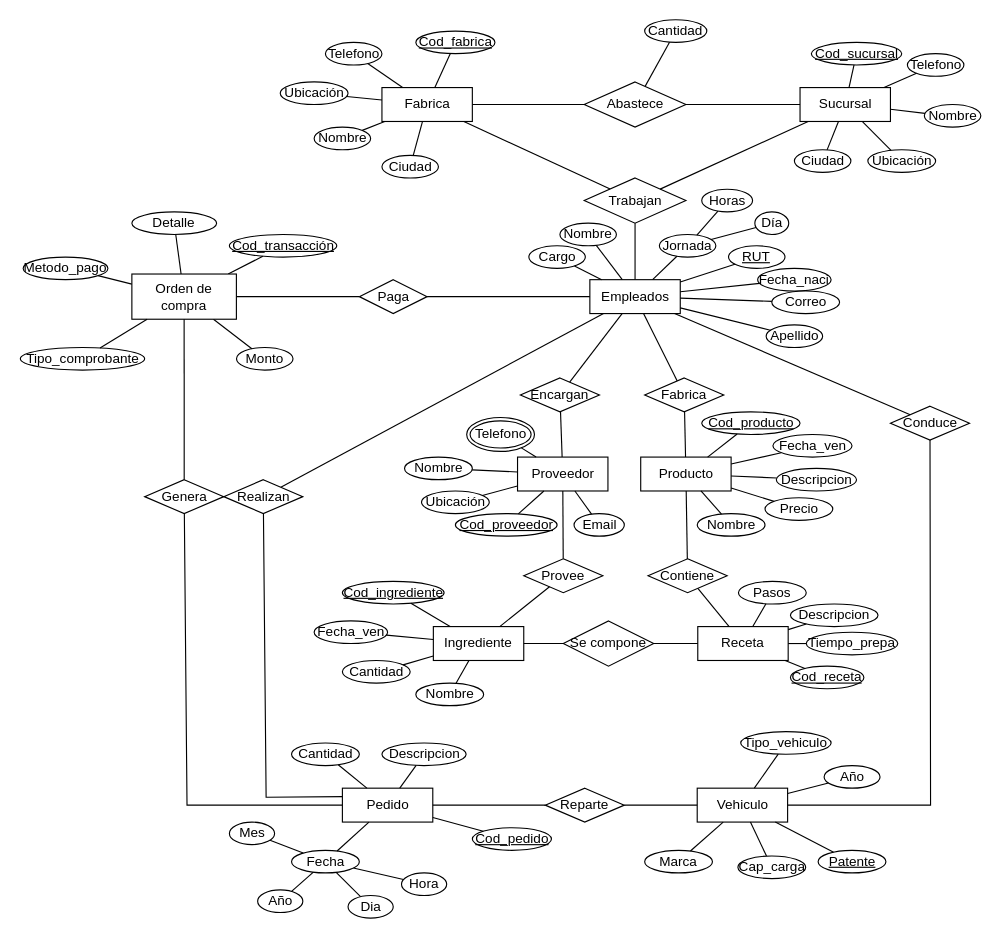
This is NUEVO PROYECTO BASE DE DATOS/MODELO MER K-RIKO FINAL.drawio from bennnnja/BASE_DE_DATOS, a draw.io file, before an edit. Source tidied: cells renumbered, new cells numbered last; positions are measured from the earlier drawing's top-left corner, leaving out a move shared by most shapes. Both pictures are drawn from the tidied source at 113%, with x=0, y=0 at pixel (19, 19).
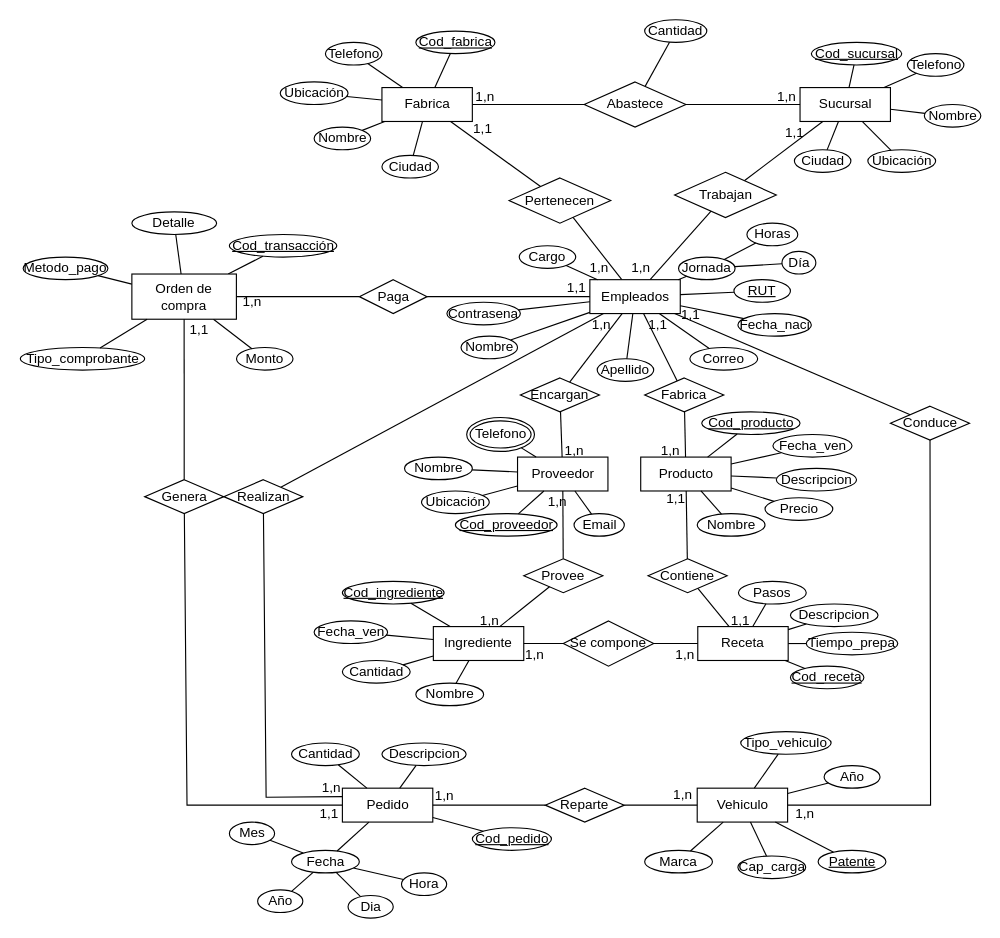
The same diagram, later.

Unchanged cells that the change refers to:
```xml
<mxCell id="3" value="Sucursal&lt;br&gt;" style="whiteSpace=wrap;html=1;align=center;" parent="1" vertex="1">
  <mxGeometry x="690.5" y="60" width="80" height="30" as="geometry" />
</mxCell>
<mxCell id="11" value="Empleados" style="whiteSpace=wrap;html=1;align=center;" parent="1" vertex="1">
  <mxGeometry x="504.5" y="230" width="80" height="30" as="geometry" />
</mxCell>
```

Diff of the diagram source:
```diff
@@
-    <mxCell id="5" value="Trabajan" style="shape=rhombus;perimeter=rhombusPerimeter;whiteSpace=wrap;html=1;align=center;" parent="1" vertex="1">
-      <mxGeometry x="499.5" y="140" width="90" height="40" as="geometry" />
+    <mxCell id="5" value="Pertenecen" style="shape=rhombus;perimeter=rhombusPerimeter;whiteSpace=wrap;html=1;align=center;" parent="1" vertex="1">
+      <mxGeometry x="433" y="140" width="90" height="40" as="geometry" />
     </mxCell>
@@
-    <mxCell id="8" style="endArrow=none;html=1;rounded=0;" parent="1" edge="1" source="5" target="3">
+    <mxCell id="8" style="endArrow=none;html=1;rounded=0;" parent="1" edge="1" source="167" target="3">
       <mxGeometry relative="1" as="geometry" />
     </mxCell>
@@
     <mxCell id="33" value="Nombre" style="ellipse;whiteSpace=wrap;html=1;align=center;" parent="1" vertex="1">
-      <mxGeometry x="478" y="180" width="50" height="20" as="geometry" />
+      <mxGeometry x="390.5" y="280" width="50" height="20" as="geometry" />
     </mxCell>
     <mxCell id="34" value="Apellido" style="ellipse;whiteSpace=wrap;html=1;align=center;" parent="1" vertex="1">
-      <mxGeometry x="660.5" y="270" width="50" height="20" as="geometry" />
+      <mxGeometry x="511" y="300" width="50" height="20" as="geometry" />
     </mxCell>
     <mxCell id="35" value="Cargo" style="ellipse;whiteSpace=wrap;html=1;align=center;" parent="1" vertex="1">
-      <mxGeometry x="450.5" y="200" width="50" height="20" as="geometry" />
+      <mxGeometry x="442" y="200" width="50" height="20" as="geometry" />
     </mxCell>
     <mxCell id="36" value="Jornada" style="ellipse;whiteSpace=wrap;html=1;align=center;" parent="1" vertex="1">
-      <mxGeometry x="566" y="190" width="50" height="20" as="geometry" />
+      <mxGeometry x="583" y="210" width="50" height="20" as="geometry" />
     </mxCell>
     <mxCell id="37" value="Fecha_naci" style="ellipse;whiteSpace=wrap;html=1;align=center;" parent="1" vertex="1">
-      <mxGeometry x="653" y="220" width="65" height="20" as="geometry" />
+      <mxGeometry x="635.5" y="260" width="65" height="20" as="geometry" />
     </mxCell>
     <mxCell id="38" value="&lt;u&gt;RUT&lt;/u&gt;" style="ellipse;whiteSpace=wrap;html=1;align=center;" parent="1" vertex="1">
-      <mxGeometry x="627.2" y="200" width="50" height="20" as="geometry" />
+      <mxGeometry x="632" y="230" width="50" height="20" as="geometry" />
     </mxCell>
     <mxCell id="39" value="Horas" style="ellipse;whiteSpace=wrap;html=1;align=center;" parent="1" vertex="1">
-      <mxGeometry x="603.5" y="150" width="45" height="20" as="geometry" />
+      <mxGeometry x="643.5" y="180" width="45" height="20" as="geometry" />
     </mxCell>
     <mxCell id="40" value="Día" style="ellipse;whiteSpace=wrap;html=1;align=center;" parent="1" vertex="1">
-      <mxGeometry x="650.5" y="170" width="30" height="20" as="geometry" />
+      <mxGeometry x="674.5" y="205" width="30" height="20" as="geometry" />
     </mxCell>
@@
     <mxCell id="49" value="Correo" style="ellipse;whiteSpace=wrap;html=1;align=center;" parent="1" vertex="1">
-      <mxGeometry x="665.5" y="240" width="60" height="20" as="geometry" />
+      <mxGeometry x="593" y="290" width="60" height="20" as="geometry" />
     </mxCell>
@@
+    <mxCell id="161" value="Contrasena" style="ellipse;whiteSpace=wrap;html=1;align=center;" parent="1" vertex="1">
+      <mxGeometry x="378" y="250" width="65" height="20" as="geometry" />
+    </mxCell>
+    <mxCell id="162" style="endArrow=none;html=1;rounded=0;" parent="1" edge="1" source="161" target="11">
+      <mxGeometry relative="1" as="geometry" />
+    </mxCell>
+    <mxCell id="163" value="1,n" style="text;html=1;strokeColor=none;fillColor=none;align=center;verticalAlign=middle;whiteSpace=wrap;rounded=0;" parent="1" vertex="1">
+      <mxGeometry x="396.5" y="58" width="30" height="20" as="geometry" />
+    </mxCell>
+    <mxCell id="164" value="1,n" style="text;html=1;strokeColor=none;fillColor=none;align=center;verticalAlign=middle;whiteSpace=wrap;rounded=0;" parent="1" vertex="1">
+      <mxGeometry x="664" y="58" width="30" height="20" as="geometry" />
+    </mxCell>
+    <mxCell id="165" value="1,1" style="text;html=1;strokeColor=none;fillColor=none;align=center;verticalAlign=middle;whiteSpace=wrap;rounded=0;" parent="1" vertex="1">
+      <mxGeometry x="394.5" y="87" width="30" height="20" as="geometry" />
+    </mxCell>
+    <mxCell id="166" value="1,n" style="text;html=1;strokeColor=none;fillColor=none;align=center;verticalAlign=middle;whiteSpace=wrap;rounded=0;" parent="1" vertex="1">
+      <mxGeometry x="497.8" y="210" width="30" height="20" as="geometry" />
+    </mxCell>
+    <mxCell id="167" value="Trabajan" style="shape=rhombus;perimeter=rhombusPerimeter;whiteSpace=wrap;html=1;align=center;" parent="1" vertex="1">
+      <mxGeometry x="579.5" y="135" width="90" height="40" as="geometry" />
+    </mxCell>
+    <mxCell id="168" style="endArrow=none;html=1;rounded=0;" parent="1" edge="1" source="11" target="167">
+      <mxGeometry relative="1" as="geometry" />
+    </mxCell>
+    <mxCell id="169" value="1,n" style="text;html=1;strokeColor=none;fillColor=none;align=center;verticalAlign=middle;whiteSpace=wrap;rounded=0;" parent="1" vertex="1">
+      <mxGeometry x="535" y="210" width="30" height="20" as="geometry" />
+    </mxCell>
+    <mxCell id="170" value="1,1" style="text;html=1;strokeColor=none;fillColor=none;align=center;verticalAlign=middle;whiteSpace=wrap;rounded=0;" parent="1" vertex="1">
+      <mxGeometry x="670.5" y="90" width="30" height="20" as="geometry" />
+    </mxCell>
+    <mxCell id="171" value="1,1" style="text;html=1;strokeColor=none;fillColor=none;align=center;verticalAlign=middle;whiteSpace=wrap;rounded=0;" parent="1" vertex="1">
+      <mxGeometry x="478" y="227" width="30" height="20" as="geometry" />
+    </mxCell>
+    <mxCell id="172" value="1,n" style="text;html=1;strokeColor=none;fillColor=none;align=center;verticalAlign=middle;whiteSpace=wrap;rounded=0;" parent="1" vertex="1">
+      <mxGeometry x="190.5" y="240" width="30" height="20" as="geometry" />
+    </mxCell>
+    <mxCell id="173" value="1,1" style="text;html=1;strokeColor=none;fillColor=none;align=center;verticalAlign=middle;whiteSpace=wrap;rounded=0;" parent="1" vertex="1">
+      <mxGeometry x="144.2" y="265" width="30" height="20" as="geometry" />
+    </mxCell>
+    <mxCell id="174" value="1,n" style="text;html=1;strokeColor=none;fillColor=none;align=center;verticalAlign=middle;whiteSpace=wrap;rounded=0;" parent="1" vertex="1">
+      <mxGeometry x="260.5" y="670" width="30" height="20" as="geometry" />
+    </mxCell>
+    <mxCell id="175" value="1,1" style="text;html=1;strokeColor=none;fillColor=none;align=center;verticalAlign=middle;whiteSpace=wrap;rounded=0;" parent="1" vertex="1">
+      <mxGeometry x="258.5" y="693" width="30" height="20" as="geometry" />
+    </mxCell>
+    <mxCell id="176" value="1,n" style="text;html=1;strokeColor=none;fillColor=none;align=center;verticalAlign=middle;whiteSpace=wrap;rounded=0;" parent="1" vertex="1">
+      <mxGeometry x="571.5" y="676" width="30" height="20" as="geometry" />
+    </mxCell>
+    <mxCell id="177" value="1,n" style="text;html=1;strokeColor=none;fillColor=none;align=center;verticalAlign=middle;whiteSpace=wrap;rounded=0;" parent="1" vertex="1">
+      <mxGeometry x="360.5" y="677" width="30" height="20" as="geometry" />
+    </mxCell>
+    <mxCell id="178" value="1,n" style="text;html=1;strokeColor=none;fillColor=none;align=center;verticalAlign=middle;whiteSpace=wrap;rounded=0;" parent="1" vertex="1">
+      <mxGeometry x="573.5" y="552" width="30" height="20" as="geometry" />
+    </mxCell>
+    <mxCell id="179" value="1,n" style="text;html=1;strokeColor=none;fillColor=none;align=center;verticalAlign=middle;whiteSpace=wrap;rounded=0;" parent="1" vertex="1">
+      <mxGeometry x="440.5" y="552" width="30" height="20" as="geometry" />
+    </mxCell>
+    <mxCell id="180" value="1,n" style="text;html=1;strokeColor=none;fillColor=none;align=center;verticalAlign=middle;whiteSpace=wrap;rounded=0;" parent="1" vertex="1">
+      <mxGeometry x="460.5" y="417" width="30" height="20" as="geometry" />
+    </mxCell>
+    <mxCell id="181" value="1,n" style="text;html=1;strokeColor=none;fillColor=none;align=center;verticalAlign=middle;whiteSpace=wrap;rounded=0;" parent="1" vertex="1">
+      <mxGeometry x="400.5" y="522" width="30" height="20" as="geometry" />
+    </mxCell>
+    <mxCell id="182" value="1,n" style="text;html=1;strokeColor=none;fillColor=none;align=center;verticalAlign=middle;whiteSpace=wrap;rounded=0;" parent="1" vertex="1">
+      <mxGeometry x="561" y="372" width="30" height="20" as="geometry" />
+    </mxCell>
+    <mxCell id="183" value="1,n" style="text;html=1;strokeColor=none;fillColor=none;align=center;verticalAlign=middle;whiteSpace=wrap;rounded=0;" parent="1" vertex="1">
+      <mxGeometry x="475.5" y="372" width="30" height="20" as="geometry" />
+    </mxCell>
+    <mxCell id="184" value="1,1" style="text;html=1;strokeColor=none;fillColor=none;align=center;verticalAlign=middle;whiteSpace=wrap;rounded=0;" parent="1" vertex="1">
+      <mxGeometry x="623" y="522" width="30" height="20" as="geometry" />
+    </mxCell>
+    <mxCell id="185" value="1,1" style="text;html=1;strokeColor=none;fillColor=none;align=center;verticalAlign=middle;whiteSpace=wrap;rounded=0;" parent="1" vertex="1">
+      <mxGeometry x="566" y="414" width="30" height="20" as="geometry" />
+    </mxCell>
+    <mxCell id="186" value="1,1" style="text;html=1;strokeColor=none;fillColor=none;align=center;verticalAlign=middle;whiteSpace=wrap;rounded=0;" parent="1" vertex="1">
+      <mxGeometry x="549.5" y="260" width="30" height="20" as="geometry" />
+    </mxCell>
+    <mxCell id="187" value="1,n" style="text;html=1;strokeColor=none;fillColor=none;align=center;verticalAlign=middle;whiteSpace=wrap;rounded=0;" parent="1" vertex="1">
+      <mxGeometry x="499.5" y="260" width="30" height="20" as="geometry" />
+    </mxCell>
+    <mxCell id="188" value="1,1" style="text;html=1;strokeColor=none;fillColor=none;align=center;verticalAlign=middle;whiteSpace=wrap;rounded=0;" parent="1" vertex="1">
+      <mxGeometry x="578.5" y="251" width="30" height="20" as="geometry" />
+    </mxCell>
+    <mxCell id="189" value="1,n" style="text;html=1;strokeColor=none;fillColor=none;align=center;verticalAlign=middle;whiteSpace=wrap;rounded=0;" parent="1" vertex="1">
+      <mxGeometry x="679.5" y="693" width="30" height="20" as="geometry" />
+    </mxCell>
```
